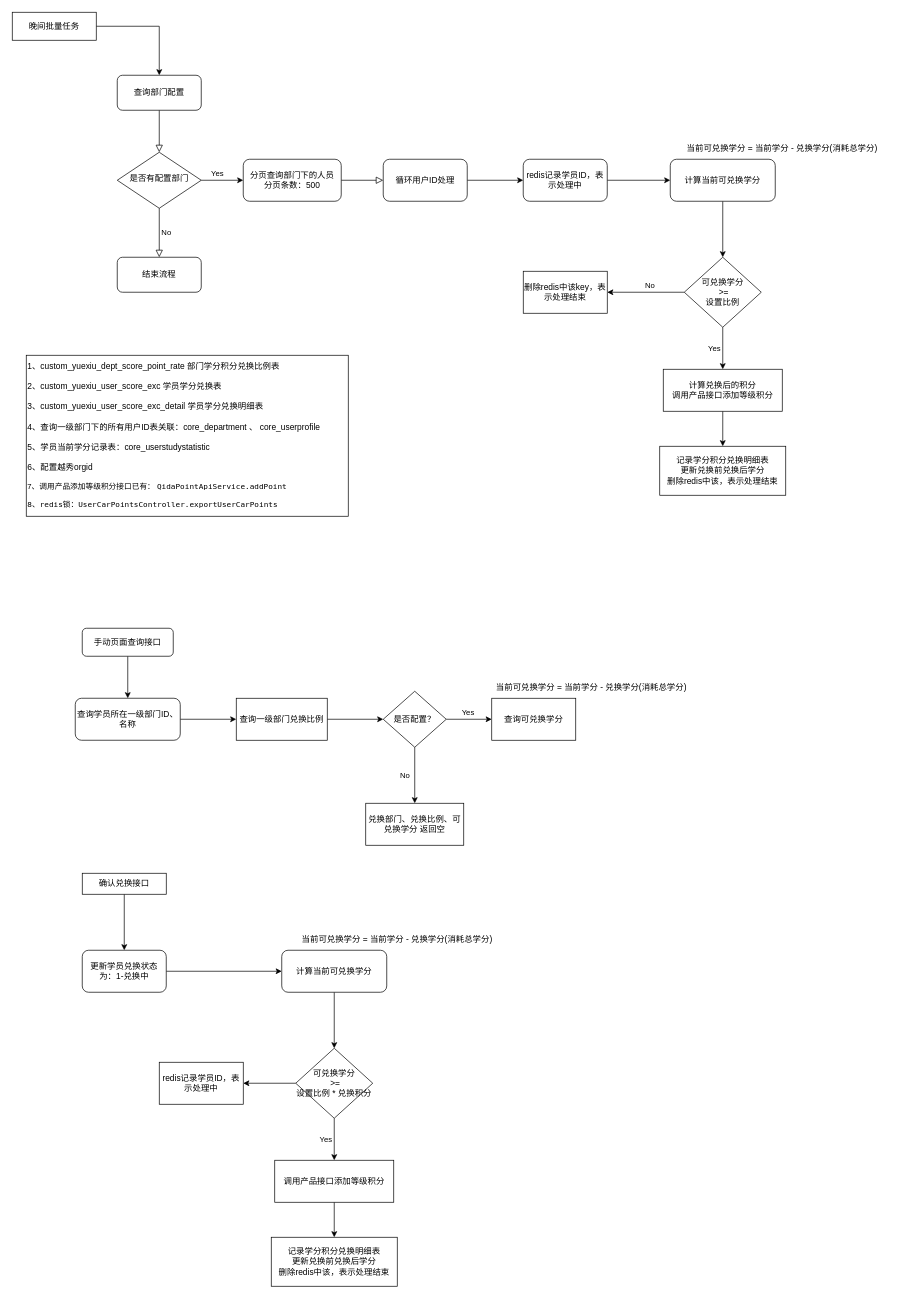
Above: 越秀学分积分兑换.drawio in OnlyHF/draw (draw.io), before the change. Source tidied: cells renumbered, new cells numbered last; positions are measured from the earlier drawing's top-left corner, leaving out a move shared by most shapes. Both pictures are drawn from the tidied source at 70%, with x=0, y=0 at pixel (12, 12).
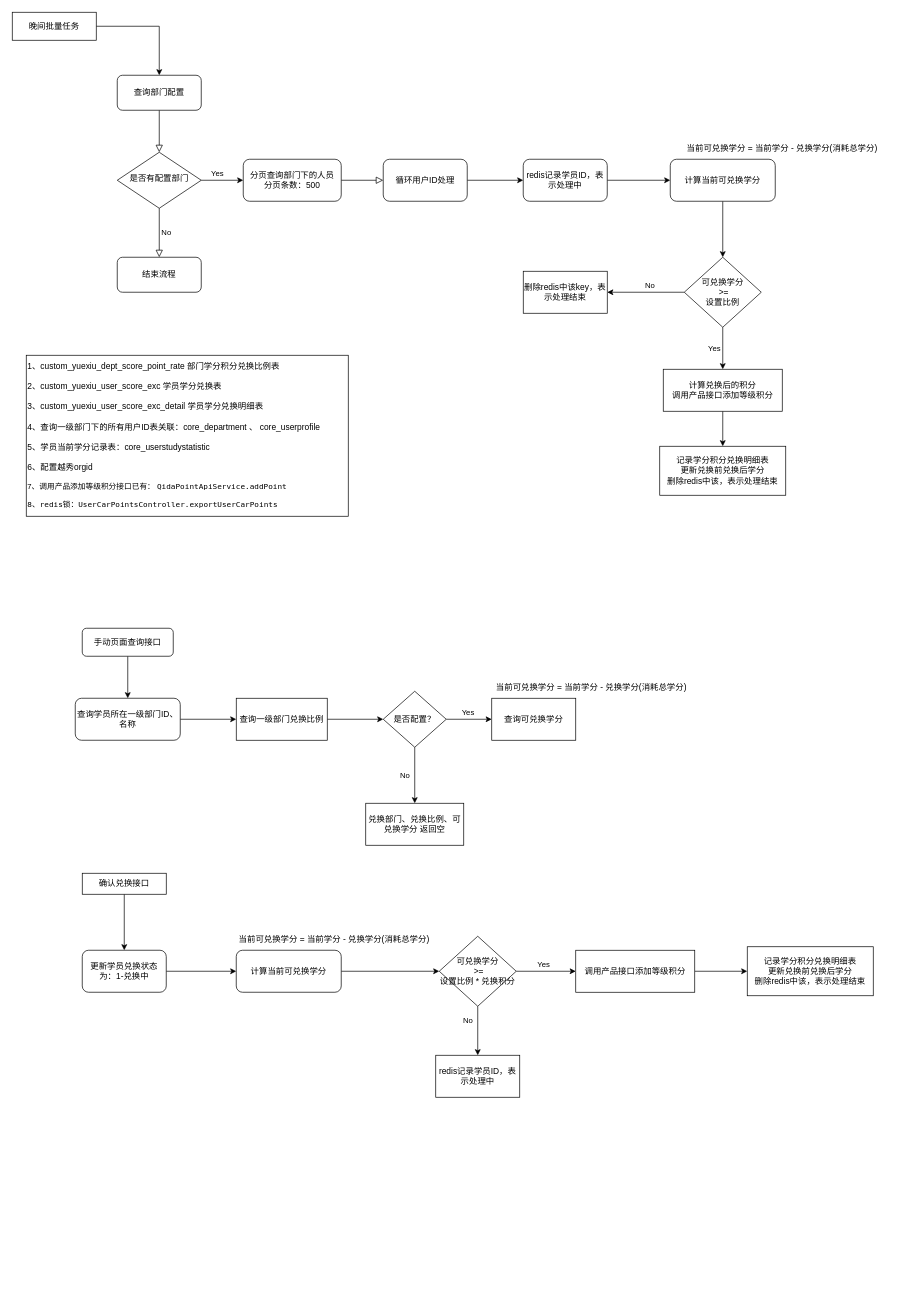
After the change.

Commit message:
更新越秀学分积分兑换.drawio

Diff of the diagram source:
```diff
@@
-    <mxCell id="46" style="edgeStyle=orthogonalEdgeStyle;rounded=0;jettySize=auto;html=1;exitX=0.5;exitY=1;exitDx=0;exitDy=0;" parent="1" edge="1" source="49" target="51">
-      <mxGeometry relative="1" as="geometry" />
-    </mxCell>
+    <mxCell id="48" style="edgeStyle=orthogonalEdgeStyle;rounded=0;jettySize=auto;html=1;" parent="1" edge="1" source="49" target="58">
+      <mxGeometry relative="1" as="geometry" />
+    </mxCell>
+    <mxCell id="59" value="No" style="edgeLabel;html=1;align=center;verticalAlign=middle;" parent="48" vertex="1">
+      <mxGeometry x="-0.02" y="2" relative="1" as="geometry">
+        <mxPoint x="-17" y="-14" as="offset" />
+      </mxGeometry>
+    </mxCell>
-    <mxCell id="47" value="Yes" style="edgeLabel;html=1;align=center;verticalAlign=middle;" parent="46" vertex="1">
-      <mxGeometry x="-0.04" y="2" relative="1" as="geometry">
-        <mxPoint x="-15" as="offset" />
-      </mxGeometry>
+    <mxCell id="47" value="Yes" style="edgeStyle=orthogonalEdgeStyle;rounded=0;jettySize=auto;html=1;exitX=1;exitY=0.5;exitDx=0;exitDy=0;" parent="1" edge="1" source="49" target="51">
+      <mxGeometry x="-0.09" y="10" relative="1" as="geometry" />
     </mxCell>
-    <mxCell id="48" style="edgeStyle=orthogonalEdgeStyle;rounded=0;jettySize=auto;html=1;" parent="1" edge="1" source="49" target="58">
-      <mxGeometry relative="1" as="geometry" />
-    </mxCell>
     <mxCell id="49" value="可兑换学分&lt;br&gt;&amp;nbsp;&amp;gt;= &lt;br&gt;设置比例 * 兑换积分" style="rhombus;whiteSpace=wrap;html=1;" parent="1" vertex="1">
-      <mxGeometry x="405" y="1480" width="110" height="100" as="geometry" />
+      <mxGeometry x="610" y="1320" width="110" height="100" as="geometry" />
     </mxCell>
@@
     <mxCell id="51" value="调用产品接口添加等级积分" style="whiteSpace=wrap;html=1;" parent="1" vertex="1">
-      <mxGeometry x="375" y="1640" width="170" height="60" as="geometry" />
+      <mxGeometry x="805" y="1340" width="170" height="60" as="geometry" />
     </mxCell>
     <mxCell id="52" value="记录学分积分兑换明细表&lt;br&gt;更新兑换前兑换后学分&lt;br&gt;删除redis中该，表示处理结束" style="whiteSpace=wrap;html=1;" parent="1" vertex="1">
-      <mxGeometry x="370" y="1750" width="180" height="70" as="geometry" />
+      <mxGeometry x="1050" y="1335" width="180" height="70" as="geometry" />
     </mxCell>
-    <mxCell id="53" style="edgeStyle=orthogonalEdgeStyle;rounded=0;jettySize=auto;html=1;exitX=0.5;exitY=1;exitDx=0;exitDy=0;" parent="1" edge="1" source="54" target="49">
+    <mxCell id="53" style="edgeStyle=orthogonalEdgeStyle;rounded=0;jettySize=auto;html=1;exitX=1;exitY=0.5;exitDx=0;exitDy=0;" parent="1" edge="1" source="54" target="49">
       <mxGeometry relative="1" as="geometry" />
     </mxCell>
     <mxCell id="54" value="计算当前可兑换学分" style="whiteSpace=wrap;html=1;rounded=1;" parent="1" vertex="1">
-      <mxGeometry x="385" y="1340" width="150" height="60" as="geometry" />
+      <mxGeometry x="320" y="1340" width="150" height="60" as="geometry" />
     </mxCell>
     <mxCell id="55" value="当前可兑换学分 = 当前学分 - 兑换学分(消耗总学分)" style="text;html=1;strokeColor=none;fillColor=none;align=center;verticalAlign=middle;whiteSpace=wrap;rounded=0;" parent="1" vertex="1">
-      <mxGeometry x="390" y="1310" width="320" height="30" as="geometry" />
+      <mxGeometry x="300" y="1310" width="320" height="30" as="geometry" />
     </mxCell>
@@
     <mxCell id="58" value="redis记录学员ID，表示处理中" style="whiteSpace=wrap;html=1;" parent="1" vertex="1">
-      <mxGeometry x="210" y="1500" width="120" height="60" as="geometry" />
+      <mxGeometry x="605" y="1490" width="120" height="60" as="geometry" />
     </mxCell>
```
